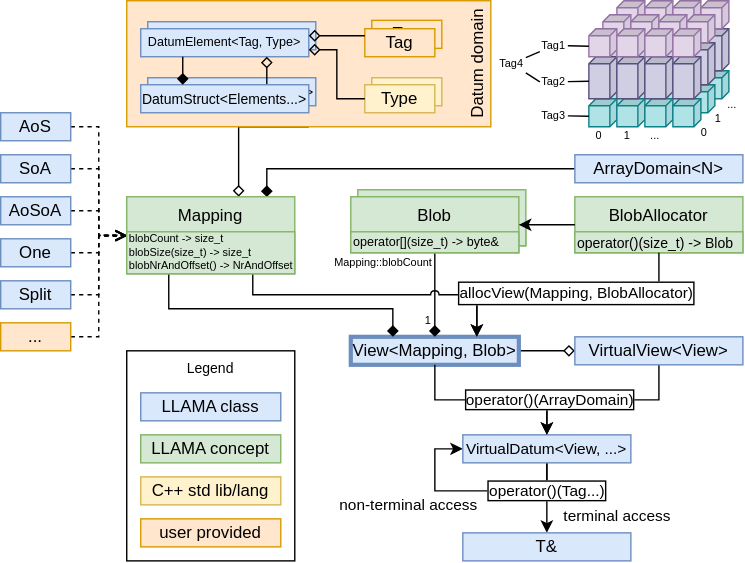
Above: docs/images/overview.svg in alpaka-group/llama (draw.io), before the change. Source tidied: cells renumbered, new cells last; positions are measured from the earlier drawing's top-left corner, leaving out a move shared by most shapes.
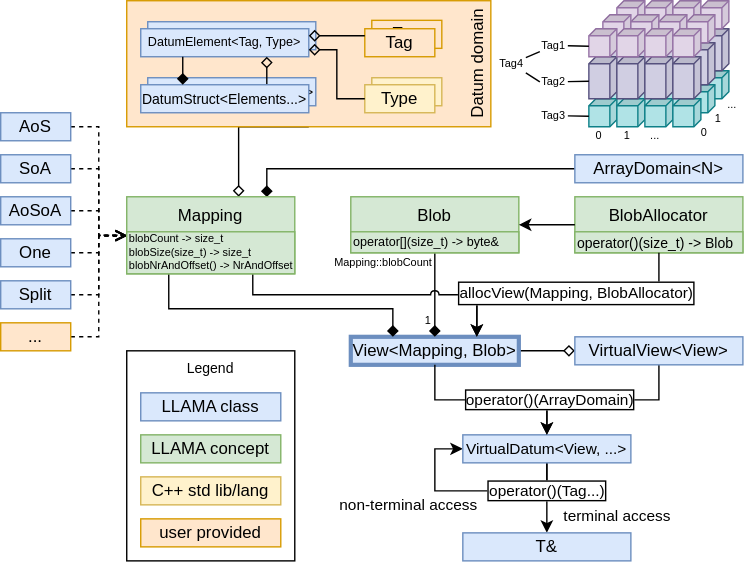
After the change.

Commit message:
remove extra Blob copies

The cardinality is expressed on the relationship.

What changed in the source:
```diff
@@ -2,15 +2,6 @@
   <root>
     <mxCell id="0" />
     <mxCell id="1" parent="0" />
-    <mxCell id="2" style="group;" parent="1" vertex="1">
-      <mxGeometry x="255" y="135" width="120" height="40" as="geometry" />
-    </mxCell>
-    <mxCell id="3" value="Blob" style="rounded=0;whiteSpace=wrap;html=1;fillColor=#d5e8d4;strokeColor=#82b366;verticalAlign=top;" parent="2" vertex="1">
-      <mxGeometry width="120" height="40" as="geometry" />
-    </mxCell>
-    <mxCell id="4" value="&lt;p style=&quot;font-size: 7px&quot;&gt;&lt;span style=&quot;font-size: 9px ; text-align: center&quot;&gt;operator[](size_t) -&amp;gt; byte&amp;amp;&lt;/span&gt;&lt;br&gt;&lt;/p&gt;" style="rounded=0;whiteSpace=wrap;html=1;fillColor=#d5e8d4;fontSize=7;align=left;strokeColor=#82b366;" parent="2" vertex="1">
-      <mxGeometry y="25" width="120" height="15" as="geometry" />
-    </mxCell>
     <mxCell id="5" style="edgeStyle=orthogonalEdgeStyle;rounded=0;orthogonalLoop=1;jettySize=auto;html=1;exitX=0.5;exitY=1;exitDx=0;exitDy=0;entryX=0;entryY=0.5;entryDx=0;entryDy=0;" parent="1" edge="1" source="15" target="15">
       <mxGeometry relative="1" as="geometry">
         <Array as="points">
```
